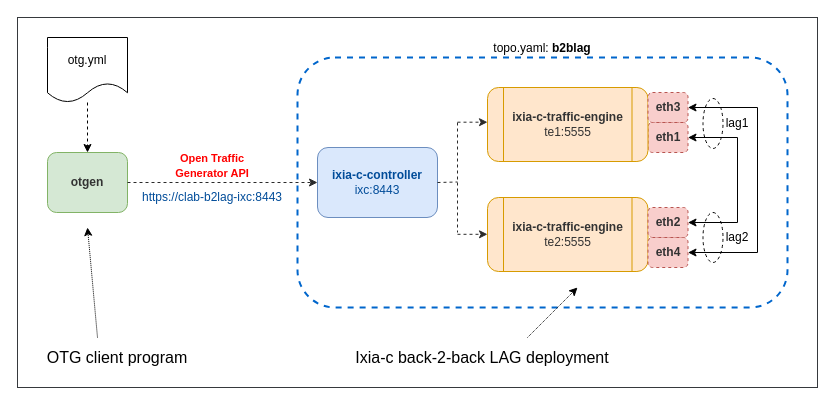
open-traffic-generator/otg-examples keeps this draw.io diagram as page "b2b-lag" (2 of 11) of drawio/otg-examples.drawio. Above is the earlier version. Source tidied: cells renumbered, new cells numbered last; positions are measured from the earlier drawing's top-left corner, leaving out a move shared by most shapes. Both pictures are drawn from the tidied source at 100%, with x=0, y=0 at pixel (17, 17).
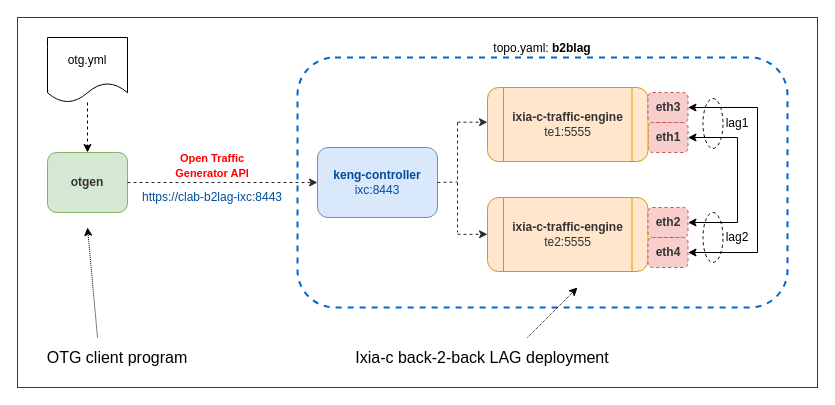
After the change.

Commit message (it also covers changes not shown here):
ixia-c-te-frr diagram cleanup

The edit, as a diff of the source:
```diff
@@
-    <mxCell id="8" value="&lt;font style=&quot;&quot; color=&quot;#004c99&quot;&gt;&lt;b&gt;ixia-c-controller&lt;/b&gt;&lt;br&gt;ixc:8443&lt;br&gt;&lt;/font&gt;" style="rounded=1;whiteSpace=wrap;html=1;fillColor=#dae8fc;strokeColor=#6c8ebf;" parent="1" vertex="1">
+    <mxCell id="8" value="&lt;font style=&quot;&quot; color=&quot;#004c99&quot;&gt;&lt;b&gt;keng-controller&lt;/b&gt;&lt;br&gt;ixc:8443&lt;br&gt;&lt;/font&gt;" style="rounded=1;whiteSpace=wrap;html=1;fillColor=#dae8fc;strokeColor=#6c8ebf;" parent="1" vertex="1">
       <mxGeometry x="300" y="130" width="120" height="70" as="geometry" />
     </mxCell>
```
